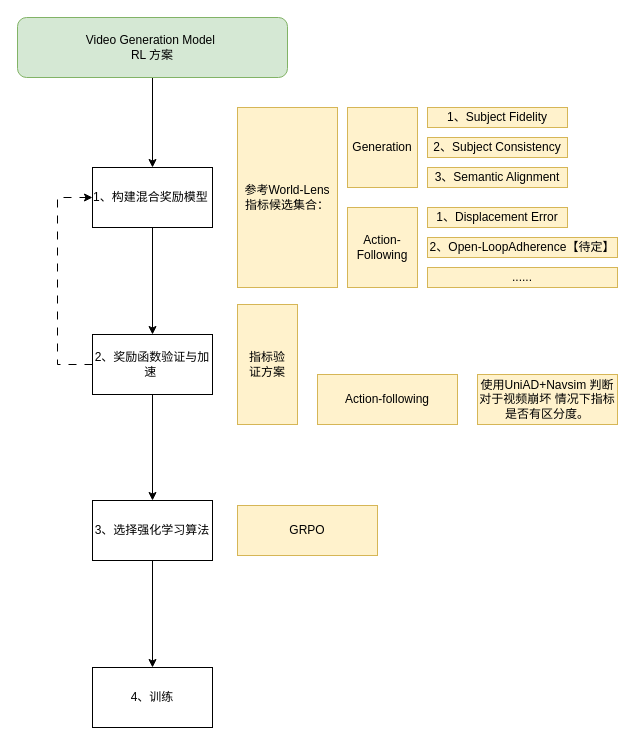
Before: 未命名绘图.drawio in NinoNeumann/drawio_projects, a draw.io diagram. Source tidied: cells renumbered, new cells numbered last; positions are measured from the earlier drawing's top-left corner, leaving out a move shared by most shapes. Both pictures are drawn from the tidied source at 100%, with x=0, y=0 at pixel (17, 17).
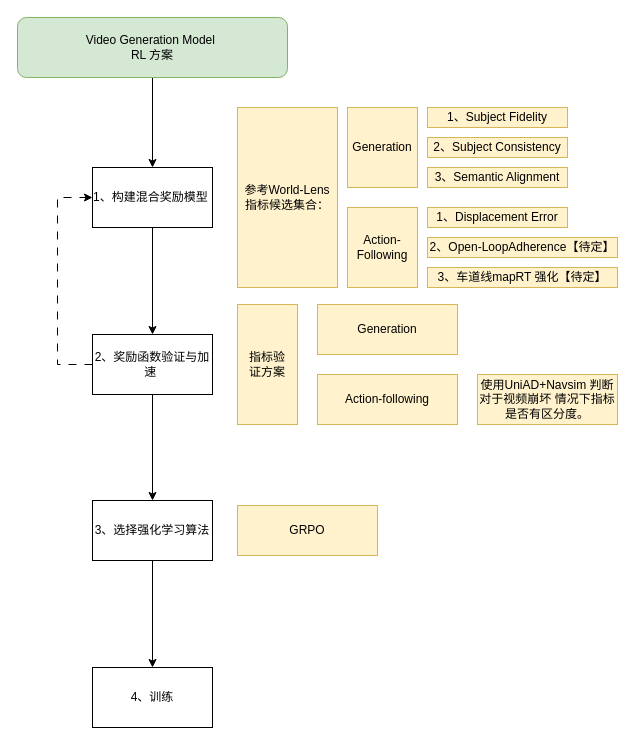
The same diagram, later.

The edit, as a diff of the source:
```diff
@@
-    <mxCell id="24" value="&lt;div&gt;......&lt;/div&gt;&lt;span data-lark-record-data=&quot;{&amp;quot;rootId&amp;quot;:&amp;quot;L4jGdFqLMofs1cxOKf9c1dG8nqe&amp;quot;,&amp;quot;text&amp;quot;:{&amp;quot;initialAttributedTexts&amp;quot;:{&amp;quot;text&amp;quot;:{&amp;quot;0&amp;quot;:&amp;quot;Open-Loop Adherence&amp;quot;},&amp;quot;attribs&amp;quot;:{&amp;quot;0&amp;quot;:&amp;quot;*0+j&amp;quot;}},&amp;quot;apool&amp;quot;:{&amp;quot;numToAttrib&amp;quot;:{&amp;quot;0&amp;quot;:[&amp;quot;author&amp;quot;,&amp;quot;7483726834909265921&amp;quot;]},&amp;quot;nextNum&amp;quot;:1}},&amp;quot;type&amp;quot;:&amp;quot;text&amp;quot;,&amp;quot;referenceRecordMap&amp;quot;:{},&amp;quot;extra&amp;quot;:{&amp;quot;channel&amp;quot;:&amp;quot;saas&amp;quot;,&amp;quot;isEqualBlockSelection&amp;quot;:false,&amp;quot;pasteRandomId&amp;quot;:&amp;quot;7ad1c473-d2cf-45cb-968e-f9b902efacae&amp;quot;,&amp;quot;mention_page_title&amp;quot;:{},&amp;quot;external_mention_url&amp;quot;:{}},&amp;quot;isKeepQuoteContainer&amp;quot;:false,&amp;quot;isFromCode&amp;quot;:false,&amp;quot;selection&amp;quot;:[{&amp;quot;id&amp;quot;:1514,&amp;quot;type&amp;quot;:&amp;quot;text&amp;quot;,&amp;quot;selection&amp;quot;:{&amp;quot;start&amp;quot;:0,&amp;quot;end&amp;quot;:19},&amp;quot;recordId&amp;quot;:&amp;quot;S8Qmd1tdqoaIFyx75okcIj2on1f&amp;quot;}],&amp;quot;payloadMap&amp;quot;:{},&amp;quot;isCut&amp;quot;:false}&quot; class=&quot;lark-record-clipboard&quot;&gt;&lt;/span&gt;&lt;span data-lark-record-data=&quot;{&amp;quot;rootId&amp;quot;:&amp;quot;JV9Zdhbm7o8PZ4xMG8Dc0fxfnMg&amp;quot;,&amp;quot;text&amp;quot;:{&amp;quot;initialAttributedTexts&amp;quot;:{&amp;quot;text&amp;quot;:{&amp;quot;0&amp;quot;:&amp;quot;Displacement Error&amp;quot;},&amp;quot;attribs&amp;quot;:{&amp;quot;0&amp;quot;:&amp;quot;*0+i&amp;quot;}},&amp;quot;apool&amp;quot;:{&amp;quot;numToAttrib&amp;quot;:{&amp;quot;0&amp;quot;:[&amp;quot;author&amp;quot;,&amp;quot;7483726834909265921&amp;quot;]},&amp;quot;nextNum&amp;quot;:1}},&amp;quot;type&amp;quot;:&amp;quot;text&amp;quot;,&amp;quot;referenceRecordMap&amp;quot;:{},&amp;quot;extra&amp;quot;:{&amp;quot;channel&amp;quot;:&amp;quot;saas&amp;quot;,&amp;quot;isEqualBlockSelection&amp;quot;:false,&amp;quot;pasteRandomId&amp;quot;:&amp;quot;fdf4a18c-c49a-44dd-a57f-6318fe3f00e0&amp;quot;,&amp;quot;mention_page_title&amp;quot;:{},&amp;quot;external_mention_url&amp;quot;:{}},&amp;quot;isKeepQuoteContainer&amp;quot;:false,&amp;quot;isFromCode&amp;quot;:false,&amp;quot;selection&amp;quot;:[{&amp;quot;id&amp;quot;:542,&amp;quot;type&amp;quot;:&amp;quot;text&amp;quot;,&amp;quot;selection&amp;quot;:{&amp;quot;start&amp;quot;:2,&amp;quot;end&amp;quot;:20},&amp;quot;recordId&amp;quot;:&amp;quot;HdFZdV9GioszrTxjEMTcl8QvnMg&amp;quot;}],&amp;quot;payloadMap&amp;quot;:{},&amp;quot;isCut&amp;quot;:false}&quot; class=&quot;lark-record-clipboard&quot;&gt;&lt;/span&gt;&lt;span data-lark-record-data=&quot;{&amp;quot;rootId&amp;quot;:&amp;quot;JV9Zdhbm7o8PZ4xMG8Dc0fxfnMg&amp;quot;,&amp;quot;text&amp;quot;:{&amp;quot;initialAttributedTexts&amp;quot;:{&amp;quot;text&amp;quot;:{&amp;quot;0&amp;quot;:&amp;quot;Semantic Alignment&amp;quot;},&amp;quot;attribs&amp;quot;:{&amp;quot;0&amp;quot;:&amp;quot;*0+i&amp;quot;}},&amp;quot;apool&amp;quot;:{&amp;quot;numToAttrib&amp;quot;:{&amp;quot;0&amp;quot;:[&amp;quot;author&amp;quot;,&amp;quot;7483726834909265921&amp;quot;]},&amp;quot;nextNum&amp;quot;:1}},&amp;quot;type&amp;quot;:&amp;quot;text&amp;quot;,&amp;quot;referenceRecordMap&amp;quot;:{},&amp;quot;extra&amp;quot;:{&amp;quot;channel&amp;quot;:&amp;quot;saas&amp;quot;,&amp;quot;isEqualBlockSelection&amp;quot;:false,&amp;quot;pasteRandomId&amp;quot;:&amp;quot;bf732df0-ad97-4703-9b8a-f690db8587c6&amp;quot;,&amp;quot;mention_page_title&amp;quot;:{},&amp;quot;external_mention_url&amp;quot;:{}},&amp;quot;isKeepQuoteContainer&amp;quot;:false,&amp;quot;isFromCode&amp;quot;:false,&amp;quot;selection&amp;quot;:[{&amp;quot;id&amp;quot;:540,&amp;quot;type&amp;quot;:&amp;quot;text&amp;quot;,&amp;quot;selection&amp;quot;:{&amp;quot;start&amp;quot;:2,&amp;quot;end&amp;quot;:20},&amp;quot;recordId&amp;quot;:&amp;quot;NTUZdKPmZounwCxa622cKZEfnph&amp;quot;}],&amp;quot;payloadMap&amp;quot;:{},&amp;quot;isCut&amp;quot;:false}&quot; class=&quot;lark-record-clipboard&quot;&gt;&lt;/span&gt;&lt;span data-lark-record-data=&quot;{&amp;quot;rootId&amp;quot;:&amp;quot;JV9Zdhbm7o8PZ4xMG8Dc0fxfnMg&amp;quot;,&amp;quot;text&amp;quot;:{&amp;quot;initialAttributedTexts&amp;quot;:{&amp;quot;text&amp;quot;:{&amp;quot;0&amp;quot;:&amp;quot;Subject Consistency&amp;quot;},&amp;quot;attribs&amp;quot;:{&amp;quot;0&amp;quot;:&amp;quot;*0+j&amp;quot;}},&amp;quot;apool&amp;quot;:{&amp;quot;numToAttrib&amp;quot;:{&amp;quot;0&amp;quot;:[&amp;quot;author&amp;quot;,&amp;quot;7483726834909265921&amp;quot;]},&amp;quot;nextNum&amp;quot;:1}},&amp;quot;type&amp;quot;:&amp;quot;text&amp;quot;,&amp;quot;referenceRecordMap&amp;quot;:{},&amp;quot;extra&amp;quot;:{&amp;quot;channel&amp;quot;:&amp;quot;saas&amp;quot;,&amp;quot;isEqualBlockSelection&amp;quot;:false,&amp;quot;pasteRandomId&amp;quot;:&amp;quot;33d9fb53-16e4-45db-911c-d8df6403eeff&amp;quot;,&amp;quot;mention_page_title&amp;quot;:{},&amp;quot;external_mention_url&amp;quot;:{}},&amp;quot;isKeepQuoteContainer&amp;quot;:false,&amp;quot;isFromCode&amp;quot;:false,&amp;quot;selection&amp;quot;:[{&amp;quot;id&amp;quot;:539,&amp;quot;type&amp;quot;:&amp;quot;text&amp;quot;,&amp;quot;selection&amp;quot;:{&amp;quot;start&amp;quot;:2,&amp;quot;end&amp;quot;:21},&amp;quot;recordId&amp;quot;:&amp;quot;PSMZdzJWsoobfxxanbMcwDJinGc&amp;quot;}],&amp;quot;payloadMap&amp;quot;:{},&amp;quot;isCut&amp;quot;:false}&quot; class=&quot;lark-record-clipboard&quot;&gt;&lt;/span&gt;&lt;span data-lark-record-data=&quot;{&amp;quot;rootId&amp;quot;:&amp;quot;JV9Zdhbm7o8PZ4xMG8Dc0fxfnMg&amp;quot;,&amp;quot;text&amp;quot;:{&amp;quot;initialAttributedTexts&amp;quot;:{&amp;quot;text&amp;quot;:{&amp;quot;0&amp;quot;:&amp;quot;Subject Fidelity&amp;quot;},&amp;quot;attribs&amp;quot;:{&amp;quot;0&amp;quot;:&amp;quot;*0+g&amp;quot;}},&amp;quot;apool&amp;quot;:{&amp;quot;numToAttrib&amp;quot;:{&amp;quot;0&amp;quot;:[&amp;quot;author&amp;quot;,&amp;quot;7483726834909265921&amp;quot;]},&amp;quot;nextNum&amp;quot;:1}},&amp;quot;type&amp;quot;:&amp;quot;text&amp;quot;,&amp;quot;referenceRecordMap&amp;quot;:{},&amp;quot;extra&amp;quot;:{&amp;quot;channel&amp;quot;:&amp;quot;saas&amp;quot;,&amp;quot;isEqualBlockSelection&amp;quot;:false,&amp;quot;pasteRandomId&amp;quot;:&amp;quot;f153498b-ec6f-4ac0-b546-43d6fda7419c&amp;quot;,&amp;quot;mention_page_title&amp;quot;:{},&amp;quot;external_mention_url&amp;quot;:{}},&amp;quot;isKeepQuoteContainer&amp;quot;:false,&amp;quot;isFromCode&amp;quot;:false,&amp;quot;selection&amp;quot;:[{&amp;quot;id&amp;quot;:538,&amp;quot;type&amp;quot;:&amp;quot;text&amp;quot;,&amp;quot;selection&amp;quot;:{&amp;quot;start&amp;quot;:2,&amp;quot;end&amp;quot;:18},&amp;quot;recordId&amp;quot;:&amp;quot;PmUQdXcbeohCYTx1j5WcdhSGnFe&amp;quot;}],&amp;quot;payloadMap&amp;quot;:{},&amp;quot;isCut&amp;quot;:false}&quot; class=&quot;lark-record-clipboard&quot;&gt;&lt;/span&gt;" style="rounded=0;whiteSpace=wrap;html=1;fillColor=#fff2cc;strokeColor=#d6b656;" parent="1" vertex="1">
+    <mxCell id="24" value="&lt;div&gt;3、车道线mapRT 强化【待定】&lt;/div&gt;&lt;span data-lark-record-data=&quot;{&amp;quot;rootId&amp;quot;:&amp;quot;L4jGdFqLMofs1cxOKf9c1dG8nqe&amp;quot;,&amp;quot;text&amp;quot;:{&amp;quot;initialAttributedTexts&amp;quot;:{&amp;quot;text&amp;quot;:{&amp;quot;0&amp;quot;:&amp;quot;Open-Loop Adherence&amp;quot;},&amp;quot;attribs&amp;quot;:{&amp;quot;0&amp;quot;:&amp;quot;*0+j&amp;quot;}},&amp;quot;apool&amp;quot;:{&amp;quot;numToAttrib&amp;quot;:{&amp;quot;0&amp;quot;:[&amp;quot;author&amp;quot;,&amp;quot;7483726834909265921&amp;quot;]},&amp;quot;nextNum&amp;quot;:1}},&amp;quot;type&amp;quot;:&amp;quot;text&amp;quot;,&amp;quot;referenceRecordMap&amp;quot;:{},&amp;quot;extra&amp;quot;:{&amp;quot;channel&amp;quot;:&amp;quot;saas&amp;quot;,&amp;quot;isEqualBlockSelection&amp;quot;:false,&amp;quot;pasteRandomId&amp;quot;:&amp;quot;7ad1c473-d2cf-45cb-968e-f9b902efacae&amp;quot;,&amp;quot;mention_page_title&amp;quot;:{},&amp;quot;external_mention_url&amp;quot;:{}},&amp;quot;isKeepQuoteContainer&amp;quot;:false,&amp;quot;isFromCode&amp;quot;:false,&amp;quot;selection&amp;quot;:[{&amp;quot;id&amp;quot;:1514,&amp;quot;type&amp;quot;:&amp;quot;text&amp;quot;,&amp;quot;selection&amp;quot;:{&amp;quot;start&amp;quot;:0,&amp;quot;end&amp;quot;:19},&amp;quot;recordId&amp;quot;:&amp;quot;S8Qmd1tdqoaIFyx75okcIj2on1f&amp;quot;}],&amp;quot;payloadMap&amp;quot;:{},&amp;quot;isCut&amp;quot;:false}&quot; class=&quot;lark-record-clipboard&quot;&gt;&lt;/span&gt;&lt;span data-lark-record-data=&quot;{&amp;quot;rootId&amp;quot;:&amp;quot;JV9Zdhbm7o8PZ4xMG8Dc0fxfnMg&amp;quot;,&amp;quot;text&amp;quot;:{&amp;quot;initialAttributedTexts&amp;quot;:{&amp;quot;text&amp;quot;:{&amp;quot;0&amp;quot;:&amp;quot;Displacement Error&amp;quot;},&amp;quot;attribs&amp;quot;:{&amp;quot;0&amp;quot;:&amp;quot;*0+i&amp;quot;}},&amp;quot;apool&amp;quot;:{&amp;quot;numToAttrib&amp;quot;:{&amp;quot;0&amp;quot;:[&amp;quot;author&amp;quot;,&amp;quot;7483726834909265921&amp;quot;]},&amp;quot;nextNum&amp;quot;:1}},&amp;quot;type&amp;quot;:&amp;quot;text&amp;quot;,&amp;quot;referenceRecordMap&amp;quot;:{},&amp;quot;extra&amp;quot;:{&amp;quot;channel&amp;quot;:&amp;quot;saas&amp;quot;,&amp;quot;isEqualBlockSelection&amp;quot;:false,&amp;quot;pasteRandomId&amp;quot;:&amp;quot;fdf4a18c-c49a-44dd-a57f-6318fe3f00e0&amp;quot;,&amp;quot;mention_page_title&amp;quot;:{},&amp;quot;external_mention_url&amp;quot;:{}},&amp;quot;isKeepQuoteContainer&amp;quot;:false,&amp;quot;isFromCode&amp;quot;:false,&amp;quot;selection&amp;quot;:[{&amp;quot;id&amp;quot;:542,&amp;quot;type&amp;quot;:&amp;quot;text&amp;quot;,&amp;quot;selection&amp;quot;:{&amp;quot;start&amp;quot;:2,&amp;quot;end&amp;quot;:20},&amp;quot;recordId&amp;quot;:&amp;quot;HdFZdV9GioszrTxjEMTcl8QvnMg&amp;quot;}],&amp;quot;payloadMap&amp;quot;:{},&amp;quot;isCut&amp;quot;:false}&quot; class=&quot;lark-record-clipboard&quot;&gt;&lt;/span&gt;&lt;span data-lark-record-data=&quot;{&amp;quot;rootId&amp;quot;:&amp;quot;JV9Zdhbm7o8PZ4xMG8Dc0fxfnMg&amp;quot;,&amp;quot;text&amp;quot;:{&amp;quot;initialAttributedTexts&amp;quot;:{&amp;quot;text&amp;quot;:{&amp;quot;0&amp;quot;:&amp;quot;Semantic Alignment&amp;quot;},&amp;quot;attribs&amp;quot;:{&amp;quot;0&amp;quot;:&amp;quot;*0+i&amp;quot;}},&amp;quot;apool&amp;quot;:{&amp;quot;numToAttrib&amp;quot;:{&amp;quot;0&amp;quot;:[&amp;quot;author&amp;quot;,&amp;quot;7483726834909265921&amp;quot;]},&amp;quot;nextNum&amp;quot;:1}},&amp;quot;type&amp;quot;:&amp;quot;text&amp;quot;,&amp;quot;referenceRecordMap&amp;quot;:{},&amp;quot;extra&amp;quot;:{&amp;quot;channel&amp;quot;:&amp;quot;saas&amp;quot;,&amp;quot;isEqualBlockSelection&amp;quot;:false,&amp;quot;pasteRandomId&amp;quot;:&amp;quot;bf732df0-ad97-4703-9b8a-f690db8587c6&amp;quot;,&amp;quot;mention_page_title&amp;quot;:{},&amp;quot;external_mention_url&amp;quot;:{}},&amp;quot;isKeepQuoteContainer&amp;quot;:false,&amp;quot;isFromCode&amp;quot;:false,&amp;quot;selection&amp;quot;:[{&amp;quot;id&amp;quot;:540,&amp;quot;type&amp;quot;:&amp;quot;text&amp;quot;,&amp;quot;selection&amp;quot;:{&amp;quot;start&amp;quot;:2,&amp;quot;end&amp;quot;:20},&amp;quot;recordId&amp;quot;:&amp;quot;NTUZdKPmZounwCxa622cKZEfnph&amp;quot;}],&amp;quot;payloadMap&amp;quot;:{},&amp;quot;isCut&amp;quot;:false}&quot; class=&quot;lark-record-clipboard&quot;&gt;&lt;/span&gt;&lt;span data-lark-record-data=&quot;{&amp;quot;rootId&amp;quot;:&amp;quot;JV9Zdhbm7o8PZ4xMG8Dc0fxfnMg&amp;quot;,&amp;quot;text&amp;quot;:{&amp;quot;initialAttributedTexts&amp;quot;:{&amp;quot;text&amp;quot;:{&amp;quot;0&amp;quot;:&amp;quot;Subject Consistency&amp;quot;},&amp;quot;attribs&amp;quot;:{&amp;quot;0&amp;quot;:&amp;quot;*0+j&amp;quot;}},&amp;quot;apool&amp;quot;:{&amp;quot;numToAttrib&amp;quot;:{&amp;quot;0&amp;quot;:[&amp;quot;author&amp;quot;,&amp;quot;7483726834909265921&amp;quot;]},&amp;quot;nextNum&amp;quot;:1}},&amp;quot;type&amp;quot;:&amp;quot;text&amp;quot;,&amp;quot;referenceRecordMap&amp;quot;:{},&amp;quot;extra&amp;quot;:{&amp;quot;channel&amp;quot;:&amp;quot;saas&amp;quot;,&amp;quot;isEqualBlockSelection&amp;quot;:false,&amp;quot;pasteRandomId&amp;quot;:&amp;quot;33d9fb53-16e4-45db-911c-d8df6403eeff&amp;quot;,&amp;quot;mention_page_title&amp;quot;:{},&amp;quot;external_mention_url&amp;quot;:{}},&amp;quot;isKeepQuoteContainer&amp;quot;:false,&amp;quot;isFromCode&amp;quot;:false,&amp;quot;selection&amp;quot;:[{&amp;quot;id&amp;quot;:539,&amp;quot;type&amp;quot;:&amp;quot;text&amp;quot;,&amp;quot;selection&amp;quot;:{&amp;quot;start&amp;quot;:2,&amp;quot;end&amp;quot;:21},&amp;quot;recordId&amp;quot;:&amp;quot;PSMZdzJWsoobfxxanbMcwDJinGc&amp;quot;}],&amp;quot;payloadMap&amp;quot;:{},&amp;quot;isCut&amp;quot;:false}&quot; class=&quot;lark-record-clipboard&quot;&gt;&lt;/span&gt;&lt;span data-lark-record-data=&quot;{&amp;quot;rootId&amp;quot;:&amp;quot;JV9Zdhbm7o8PZ4xMG8Dc0fxfnMg&amp;quot;,&amp;quot;text&amp;quot;:{&amp;quot;initialAttributedTexts&amp;quot;:{&amp;quot;text&amp;quot;:{&amp;quot;0&amp;quot;:&amp;quot;Subject Fidelity&amp;quot;},&amp;quot;attribs&amp;quot;:{&amp;quot;0&amp;quot;:&amp;quot;*0+g&amp;quot;}},&amp;quot;apool&amp;quot;:{&amp;quot;numToAttrib&amp;quot;:{&amp;quot;0&amp;quot;:[&amp;quot;author&amp;quot;,&amp;quot;7483726834909265921&amp;quot;]},&amp;quot;nextNum&amp;quot;:1}},&amp;quot;type&amp;quot;:&amp;quot;text&amp;quot;,&amp;quot;referenceRecordMap&amp;quot;:{},&amp;quot;extra&amp;quot;:{&amp;quot;channel&amp;quot;:&amp;quot;saas&amp;quot;,&amp;quot;isEqualBlockSelection&amp;quot;:false,&amp;quot;pasteRandomId&amp;quot;:&amp;quot;f153498b-ec6f-4ac0-b546-43d6fda7419c&amp;quot;,&amp;quot;mention_page_title&amp;quot;:{},&amp;quot;external_mention_url&amp;quot;:{}},&amp;quot;isKeepQuoteContainer&amp;quot;:false,&amp;quot;isFromCode&amp;quot;:false,&amp;quot;selection&amp;quot;:[{&amp;quot;id&amp;quot;:538,&amp;quot;type&amp;quot;:&amp;quot;text&amp;quot;,&amp;quot;selection&amp;quot;:{&amp;quot;start&amp;quot;:2,&amp;quot;end&amp;quot;:18},&amp;quot;recordId&amp;quot;:&amp;quot;PmUQdXcbeohCYTx1j5WcdhSGnFe&amp;quot;}],&amp;quot;payloadMap&amp;quot;:{},&amp;quot;isCut&amp;quot;:false}&quot; class=&quot;lark-record-clipboard&quot;&gt;&lt;/span&gt;" style="rounded=0;whiteSpace=wrap;html=1;fillColor=#fff2cc;strokeColor=#d6b656;" parent="1" vertex="1">
       <mxGeometry x="410" y="250" width="190" height="20" as="geometry" />
     </mxCell>
+    <mxCell id="25" value="Generation" style="rounded=0;whiteSpace=wrap;html=1;fillColor=#fff2cc;strokeColor=#d6b656;" parent="1" vertex="1">
+      <mxGeometry x="300" y="287" width="140" height="50" as="geometry" />
+    </mxCell>
```
